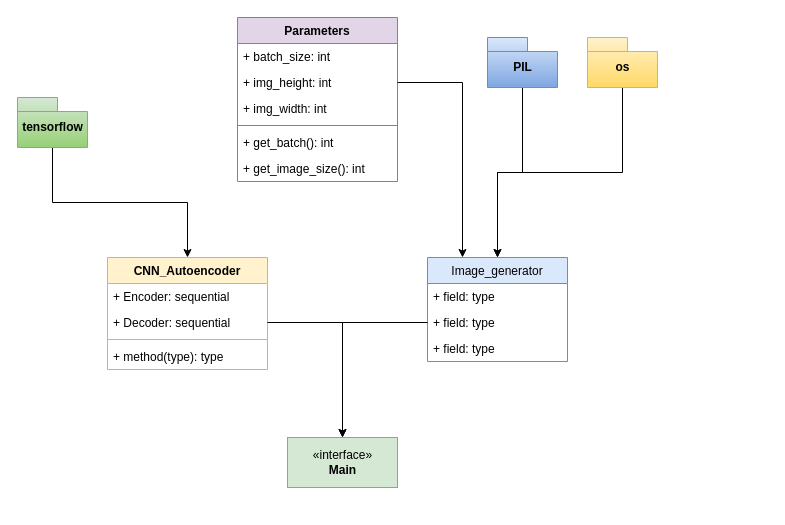
Above: CNN_Autoencoder.drawio in RossErskine/CNN-Autoencoder (draw.io), before the change. Source tidied: cells renumbered, new cells numbered last; positions are measured from the earlier drawing's top-left corner, leaving out a move shared by most shapes. Both pictures are drawn from the tidied source at 100%, with x=0, y=0 at pixel (17, 17).
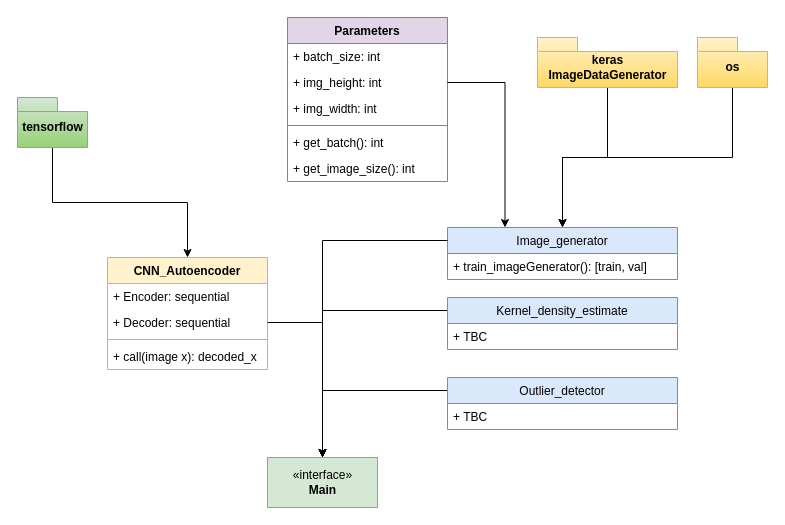
Above is the later version.

The change refers to these unchanged cells:
```xml
<mxCell id="3" value="CNN_Autoencoder" style="swimlane;fontStyle=1;align=center;verticalAlign=top;horizontal=1;startSize=26;fillColor=#fff2cc;strokeColor=#d6b656;" parent="1" vertex="1">
  <mxGeometry x="90" y="240" width="160" height="112" as="geometry" />
</mxCell>
```

Change to the diagram source:
```diff
@@
     <mxCell id="2" value="«interface»&lt;br&gt;&lt;b&gt;Main&lt;/b&gt;" style="html=1;fillColor=#d5e8d4;strokeColor=#82b366;" parent="1" vertex="1">
-      <mxGeometry x="270" y="420" width="110" height="50" as="geometry" />
+      <mxGeometry x="250" y="440" width="110" height="50" as="geometry" />
     </mxCell>
@@
-    <mxCell id="7" value="+ method(type): type" style="text;strokeColor=none;fillColor=none;align=left;verticalAlign=top;spacingLeft=4;spacingRight=4;overflow=hidden;" parent="3" vertex="1">
+    <mxCell id="7" value="+ call(image x): decoded_x" style="text;strokeColor=none;fillColor=none;align=left;verticalAlign=top;spacingLeft=4;spacingRight=4;overflow=hidden;" parent="3" vertex="1">
       <mxGeometry y="86" width="160" height="26" as="geometry" />
     </mxCell>
     <mxCell id="8" value="Image_generator" style="swimlane;fontStyle=0;horizontal=1;startSize=26;fillColor=#dae8fc;strokeColor=#6c8ebf;" parent="1" vertex="1">
-      <mxGeometry x="410" y="240" width="140" height="104" as="geometry" />
+      <mxGeometry x="430" y="210" width="230" height="52" as="geometry" />
     </mxCell>
-    <mxCell id="9" value="+ field: type" style="text;strokeColor=none;fillColor=none;align=left;verticalAlign=top;spacingLeft=4;spacingRight=4;overflow=hidden;" parent="8" vertex="1">
-      <mxGeometry y="26" width="140" height="26" as="geometry" />
+    <mxCell id="9" value="+ train_imageGenerator(): [train, val]" style="text;strokeColor=none;fillColor=none;align=left;verticalAlign=top;spacingLeft=4;spacingRight=4;overflow=hidden;" parent="8" vertex="1">
+      <mxGeometry y="26" width="230" height="26" as="geometry" />
     </mxCell>
-    <mxCell id="10" value="+ field: type" style="text;strokeColor=none;fillColor=none;align=left;verticalAlign=top;spacingLeft=4;spacingRight=4;overflow=hidden;points=[[0,0.5],[1,0.5]];portConstraint=eastwest;" parent="8" vertex="1">
-      <mxGeometry y="52" width="140" height="26" as="geometry" />
-    </mxCell>
-    <mxCell id="11" value="+ field: type" style="text;strokeColor=none;fillColor=none;align=left;verticalAlign=top;spacingLeft=4;spacingRight=4;overflow=hidden;" parent="8" vertex="1">
-      <mxGeometry y="78" width="140" height="26" as="geometry" />
-    </mxCell>
     <mxCell id="12" value="Parameters" style="swimlane;fontStyle=1;align=center;verticalAlign=top;horizontal=1;startSize=26;fillColor=#e1d5e7;strokeColor=#9673a6;" parent="1" vertex="1">
-      <mxGeometry x="220" width="160" height="164" as="geometry" />
+      <mxGeometry x="270" width="160" height="164" as="geometry" />
     </mxCell>
@@
     <mxCell id="23" value="os" style="shape=folder;fontStyle=1;spacingTop=10;tabWidth=40;tabHeight=14;tabPosition=left;html=1;fillColor=#fff2cc;strokeColor=#d6b656;gradientColor=#ffd966;" parent="1" vertex="1">
-      <mxGeometry x="570" y="20" width="70" height="50" as="geometry" />
+      <mxGeometry x="680" y="20" width="70" height="50" as="geometry" />
     </mxCell>
-    <mxCell id="24" style="edgeStyle=orthogonalEdgeStyle;rounded=0;jettySize=auto;html=1;exitX=0.5;exitY=1;exitDx=0;exitDy=0;exitPerimeter=0;entryX=0.5;entryY=0;entryDx=0;entryDy=0;" parent="1" edge="1" source="25" target="8">
-      <mxGeometry relative="1" as="geometry" />
-    </mxCell>
-    <mxCell id="25" value="PIL" style="shape=folder;fontStyle=1;spacingTop=10;tabWidth=40;tabHeight=14;tabPosition=left;html=1;fillColor=#dae8fc;strokeColor=#6c8ebf;gradientColor=#7ea6e0;" parent="1" vertex="1">
-      <mxGeometry x="470" y="20" width="70" height="50" as="geometry" />
-    </mxCell>
@@
-    <mxCell id="27" style="edgeStyle=orthogonalEdgeStyle;rounded=0;jettySize=auto;html=1;exitX=0;exitY=0.5;exitDx=0;exitDy=0;entryX=0.5;entryY=0;entryDx=0;entryDy=0;" parent="1" edge="1" source="10" target="2">
+    <mxCell id="27" style="edgeStyle=orthogonalEdgeStyle;rounded=0;jettySize=auto;html=1;exitX=0;exitY=0.25;exitDx=0;exitDy=0;entryX=0.5;entryY=0;entryDx=0;entryDy=0;" parent="1" edge="1" source="8" target="2">
       <mxGeometry relative="1" as="geometry" />
     </mxCell>
+    <mxCell id="28" style="edgeStyle=orthogonalEdgeStyle;rounded=0;jettySize=auto;html=1;exitX=0.5;exitY=1;exitDx=0;exitDy=0;exitPerimeter=0;entryX=0.5;entryY=0;entryDx=0;entryDy=0;" parent="1" edge="1" source="29" target="8">
+      <mxGeometry relative="1" as="geometry" />
+    </mxCell>
+    <mxCell id="29" value="keras&lt;br&gt;ImageDataGenerator" style="shape=folder;fontStyle=1;spacingTop=10;tabWidth=40;tabHeight=14;tabPosition=left;html=1;fillColor=#fff2cc;strokeColor=#d6b656;gradientColor=#ffd966;" parent="1" vertex="1">
+      <mxGeometry x="520" y="20" width="140" height="50" as="geometry" />
+    </mxCell>
+    <mxCell id="30" style="edgeStyle=orthogonalEdgeStyle;rounded=0;jettySize=auto;html=1;exitX=0;exitY=0.25;exitDx=0;exitDy=0;entryX=0.5;entryY=0;entryDx=0;entryDy=0;" parent="1" edge="1" source="31" target="2">
+      <mxGeometry relative="1" as="geometry" />
+    </mxCell>
+    <mxCell id="31" value="Kernel_density_estimate" style="swimlane;fontStyle=0;horizontal=1;startSize=26;fillColor=#dae8fc;strokeColor=#6c8ebf;" parent="1" vertex="1">
+      <mxGeometry x="430" y="280" width="230" height="52" as="geometry" />
+    </mxCell>
+    <mxCell id="32" value="+ TBC" style="text;strokeColor=none;fillColor=none;align=left;verticalAlign=top;spacingLeft=4;spacingRight=4;overflow=hidden;" parent="31" vertex="1">
+      <mxGeometry y="26" width="230" height="26" as="geometry" />
+    </mxCell>
+    <mxCell id="33" style="edgeStyle=orthogonalEdgeStyle;rounded=0;jettySize=auto;html=1;exitX=0;exitY=0.25;exitDx=0;exitDy=0;entryX=0.5;entryY=0;entryDx=0;entryDy=0;" parent="1" edge="1" source="34" target="2">
+      <mxGeometry relative="1" as="geometry" />
+    </mxCell>
+    <mxCell id="34" value="Outlier_detector" style="swimlane;fontStyle=0;horizontal=1;startSize=26;fillColor=#dae8fc;strokeColor=#6c8ebf;" parent="1" vertex="1">
+      <mxGeometry x="430" y="360" width="230" height="52" as="geometry" />
+    </mxCell>
+    <mxCell id="35" value="+ TBC" style="text;strokeColor=none;fillColor=none;align=left;verticalAlign=top;spacingLeft=4;spacingRight=4;overflow=hidden;" parent="34" vertex="1">
+      <mxGeometry y="26" width="230" height="26" as="geometry" />
+    </mxCell>
```
